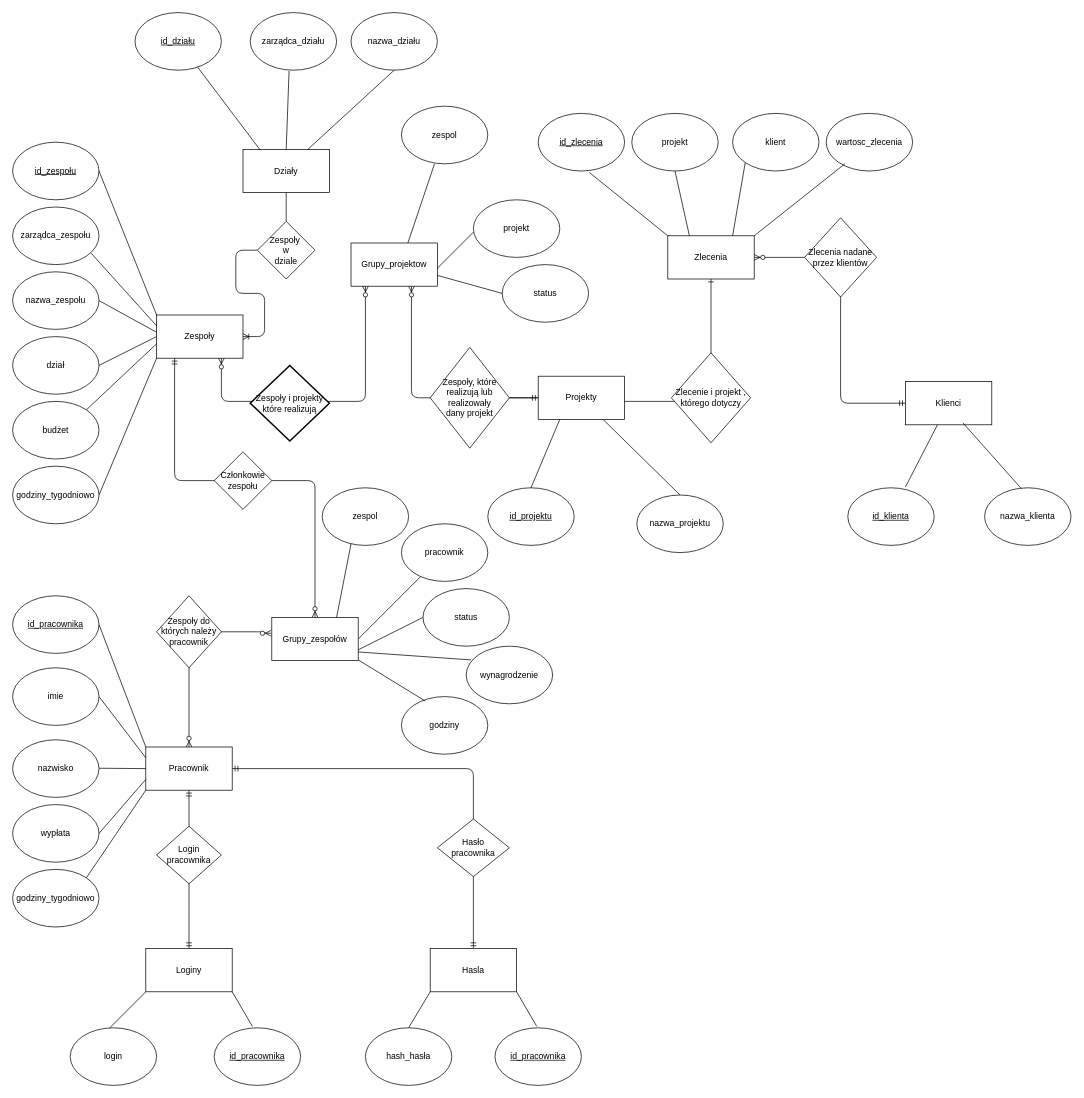
Above: ER_diagram.drawio in Cebulllaaa/Bazy (draw.io), before the change. Source tidied: cells renumbered, new cells numbered last; positions are measured from the earlier drawing's top-left corner, leaving out a move shared by most shapes. Both pictures are drawn from the tidied source at 72%, with x=0, y=0 at pixel (12, 12).
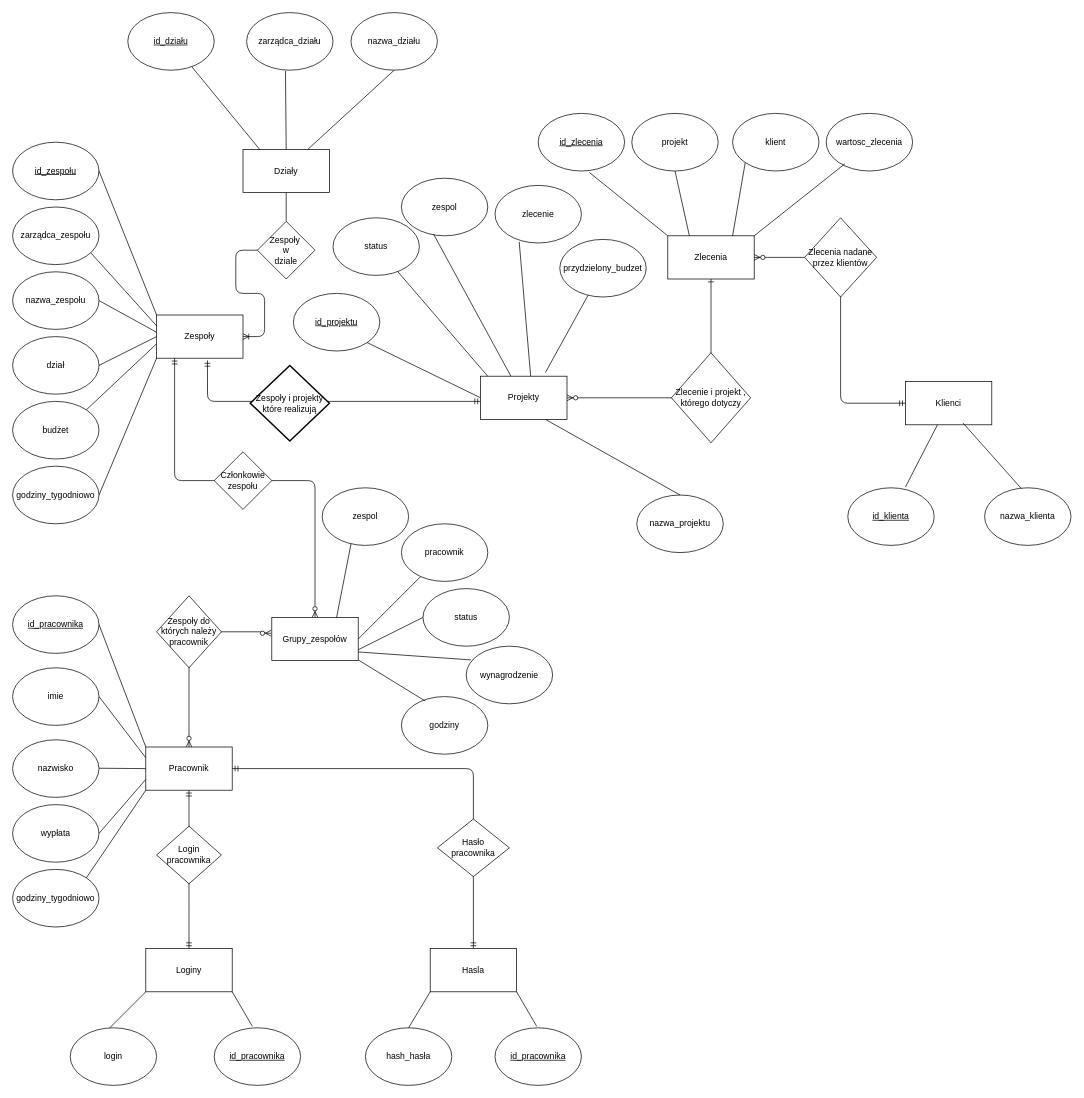
The same diagram, later.

Commit message (it also covers changes not shown here):
Zmieniłem grupy projektów w diagramach na bardziej intuicyjne oraz zaprojektowałem diagram przypadków dla zarządcy działu

The change refers to these unchanged cells:
```xml
<mxCell id="9" value="Zespoły" style="rounded=0;whiteSpace=wrap;html=1;" parent="1" vertex="1">
  <mxGeometry x="200" y="420" width="120" height="60" as="geometry" />
</mxCell>
```

What changed in the source:
```diff
@@
     <mxCell id="3" value="&lt;u&gt;id_działu&lt;/u&gt;" style="ellipse;whiteSpace=wrap;html=1;" parent="1" vertex="1">
-      <mxGeometry x="170" width="120" height="80" as="geometry" />
+      <mxGeometry x="160" width="120" height="80" as="geometry" />
     </mxCell>
@@
     <mxCell id="5" value="zarządca_działu" style="ellipse;whiteSpace=wrap;html=1;" parent="1" vertex="1">
-      <mxGeometry x="330" width="120" height="80" as="geometry" />
+      <mxGeometry x="325" width="120" height="80" as="geometry" />
     </mxCell>
@@
-    <mxCell id="23" style="endArrow=none;html=1;exitX=0;exitY=0.5;exitDx=0;exitDy=0;entryX=1;entryY=0.5;entryDx=0;entryDy=0;" parent="1" edge="1" source="57" target="31">
-      <mxGeometry relative="1" as="geometry" />
-    </mxCell>
     <mxCell id="24" value="&lt;u&gt;id_projektu&lt;/u&gt;" style="ellipse;whiteSpace=wrap;html=1;" parent="1" vertex="1">
-      <mxGeometry x="660" y="660" width="120" height="80" as="geometry" />
+      <mxGeometry x="390" y="390" width="120" height="80" as="geometry" />
     </mxCell>
-    <mxCell id="25" style="endArrow=none;html=1;exitX=0.5;exitY=0;exitDx=0;exitDy=0;entryX=0.25;entryY=1;entryDx=0;entryDy=0;" parent="1" edge="1" source="24" target="57">
+    <mxCell id="25" style="endArrow=none;html=1;exitX=1;exitY=1;exitDx=0;exitDy=0;entryX=0;entryY=0.5;entryDx=0;entryDy=0;" parent="1" edge="1" source="24" target="57">
       <mxGeometry relative="1" as="geometry" />
     </mxCell>
@@
-    <mxCell id="28" value="Grupy_projektow" style="rounded=0;whiteSpace=wrap;html=1;" parent="1" vertex="1">
-      <mxGeometry x="470" y="320" width="120" height="60" as="geometry" />
-    </mxCell>
-    <mxCell id="29" value="projekt" style="ellipse;whiteSpace=wrap;html=1;" parent="1" vertex="1">
-      <mxGeometry x="640" y="260" width="120" height="80" as="geometry" />
+    <mxCell id="29" value="zlecenie" style="ellipse;whiteSpace=wrap;html=1;" parent="1" vertex="1">
+      <mxGeometry x="670" y="240" width="120" height="80" as="geometry" />
     </mxCell>
-    <mxCell id="30" style="edgeStyle=orthogonalEdgeStyle;fontSize=12;html=1;endArrow=ERzeroToMany;startArrow=ERmandOne;" parent="1" edge="1" source="57" target="28">
+    <mxCell id="30" style="edgeStyle=orthogonalEdgeStyle;fontSize=12;html=1;endArrow=ERmandOne;startArrow=ERmandOne;entryX=0.589;entryY=1.052;entryDx=0;entryDy=0;entryPerimeter=0;endFill=0;" parent="1" edge="1" source="57" target="9">
       <mxGeometry relative="1" as="geometry">
         <Array as="points">
-          <mxPoint x="554" y="535" />
+          <mxPoint x="271" y="540" />
         </Array>
       </mxGeometry>
     </mxCell>
-    <mxCell id="31" value="Zespoły, które realizują lub realizowały&lt;br&gt;dany projekt" style="rhombus;whiteSpace=wrap;html=1;rounded=0;flipH=0;flipV=1;" parent="1" vertex="1">
-      <mxGeometry x="580" y="465" width="110" height="140" as="geometry" />
-    </mxCell>
-    <mxCell id="32" style="edgeStyle=orthogonalEdgeStyle;fontSize=12;html=1;endArrow=ERzeroToMany;endFill=1;startArrow=ERzeroToMany;entryX=0.75;entryY=1;entryDx=0;entryDy=0;exitX=0.167;exitY=1;exitDx=0;exitDy=0;exitPerimeter=0;" parent="1" edge="1" source="28" target="9">
-      <mxGeometry relative="1" as="geometry">
-        <Array as="points">
-          <mxPoint x="490" y="540" />
-          <mxPoint x="290" y="540" />
-        </Array>
-      </mxGeometry>
-    </mxCell>
@@
     <mxCell id="34" value="zespol" style="ellipse;whiteSpace=wrap;html=1;" parent="1" vertex="1">
-      <mxGeometry x="540" y="130" width="120" height="80" as="geometry" />
+      <mxGeometry x="540" y="230" width="120" height="80" as="geometry" />
     </mxCell>
-    <mxCell id="35" style="endArrow=none;html=1;" parent="1" edge="1">
-      <mxGeometry relative="1" as="geometry">
-        <mxPoint x="590" y="355" as="sourcePoint" />
-        <mxPoint x="640" y="305" as="targetPoint" />
-      </mxGeometry>
+    <mxCell id="35" style="endArrow=none;html=1;entryX=0.28;entryY=0.98;entryDx=0;entryDy=0;exitX=0.583;exitY=0.083;exitDx=0;exitDy=0;exitPerimeter=0;entryPerimeter=0;" parent="1" edge="1" source="57" target="29">
+      <mxGeometry relative="1" as="geometry" />
     </mxCell>
-    <mxCell id="36" style="endArrow=none;html=1;" parent="1" edge="1">
-      <mxGeometry relative="1" as="geometry">
-        <mxPoint x="549" y="320" as="sourcePoint" />
-        <mxPoint x="586" y="210" as="targetPoint" />
-      </mxGeometry>
+    <mxCell id="36" style="endArrow=none;html=1;entryX=0.373;entryY=0.973;entryDx=0;entryDy=0;entryPerimeter=0;exitX=0.358;exitY=0.027;exitDx=0;exitDy=0;exitPerimeter=0;" parent="1" edge="1" source="57" target="34">
+      <mxGeometry relative="1" as="geometry" />
     </mxCell>
@@
     <mxCell id="38" value="status" style="ellipse;whiteSpace=wrap;html=1;" parent="1" vertex="1">
-      <mxGeometry x="680" y="350" width="120" height="80" as="geometry" />
+      <mxGeometry x="445" y="285" width="120" height="80" as="geometry" />
     </mxCell>
-    <mxCell id="39" style="endArrow=none;html=1;exitX=0;exitY=0.5;exitDx=0;exitDy=0;entryX=1;entryY=0.75;entryDx=0;entryDy=0;" parent="1" edge="1" source="38" target="28">
+    <mxCell id="39" style="endArrow=none;html=1;entryX=0.094;entryY=0.027;entryDx=0;entryDy=0;entryPerimeter=0;" parent="1" edge="1" source="38" target="57">
       <mxGeometry relative="1" as="geometry" />
     </mxCell>
-    <mxCell id="40" style="edgeStyle=orthogonalEdgeStyle;fontSize=12;html=1;endArrow=ERone;endFill=1;" parent="1" edge="1">
+    <mxCell id="40" style="edgeStyle=orthogonalEdgeStyle;fontSize=12;html=1;endArrow=ERone;endFill=1;exitX=1;exitY=0.5;exitDx=0;exitDy=0;startArrow=ERzeroToMany;startFill=1;" parent="1" edge="1" source="57">
       <mxGeometry relative="1" as="geometry">
-        <mxPoint x="830" y="540" as="sourcePoint" />
         <mxPoint x="970" y="370" as="targetPoint" />
         <Array as="points">
-          <mxPoint x="970" y="540" />
-          <mxPoint x="970" y="372" />
+          <mxPoint x="970" y="535" />
         </Array>
       </mxGeometry>
     </mxCell>
@@
     <mxCell id="57" value="Projekty" style="rounded=0;whiteSpace=wrap;html=1;" parent="1" vertex="1">
-      <mxGeometry x="730" y="505" width="120" height="60" as="geometry" />
+      <mxGeometry x="650" y="505" width="120" height="60" as="geometry" />
     </mxCell>
@@
+    <mxCell id="100" value="przydzielony_budzet" style="ellipse;whiteSpace=wrap;html=1;" parent="1" vertex="1">
+      <mxGeometry x="760" y="315" width="120" height="80" as="geometry" />
+    </mxCell>
+    <mxCell id="101" style="endArrow=none;html=1;" parent="1" edge="1" target="100">
+      <mxGeometry relative="1" as="geometry">
+        <mxPoint x="740" y="500" as="sourcePoint" />
+      </mxGeometry>
+    </mxCell>
```
